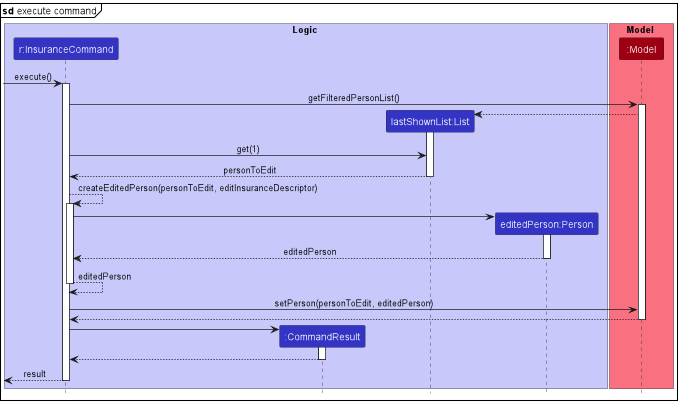
Before: docs/images/InsuranceSequenceDiagramExecute.png, a diagram exported from PlantUML (nus-cs2103-AY2223S1/tp). Its diagram source:
```plantuml
@startuml
!include style.puml
mainframe **s****d** execute command

box Logic LOGIC_COLOR_T1

participant "r:InsuranceCommand" as InsuranceCommand LOGIC_COLOR
participant ":CommandResult" as CommandResult LOGIC_COLOR
participant "lastShownList:List" as List LOGIC_COLOR
participant "editedPerson:Person" as Person LOGIC_COLOR
end box

[-> InsuranceCommand : execute()

box Model MODEL_COLOR_T1
participant ":Model" as Model MODEL_COLOR
end box


activate InsuranceCommand

InsuranceCommand -> Model : getFilteredPersonList()
activate Model

create List
Model --> List
activate List

InsuranceCommand -> List : get(1)

List --> InsuranceCommand: personToEdit
deactivate List

InsuranceCommand --> InsuranceCommand : createEditedPerson(personToEdit, editInsuranceDescriptor)
activate InsuranceCommand

create Person
InsuranceCommand -> Person
activate Person

Person --> InsuranceCommand : editedPerson
deactivate Person
InsuranceCommand --> InsuranceCommand: editedPerson
deactivate InsuranceCommand

InsuranceCommand -> Model : setPerson(personToEdit, editedPerson)

Model --> InsuranceCommand

deactivate Model

create CommandResult
InsuranceCommand -> CommandResult
activate CommandResult

CommandResult --> InsuranceCommand
deactivate CommandResult

[<--InsuranceCommand: result

deactivate InsuranceCommand

@enduml
```
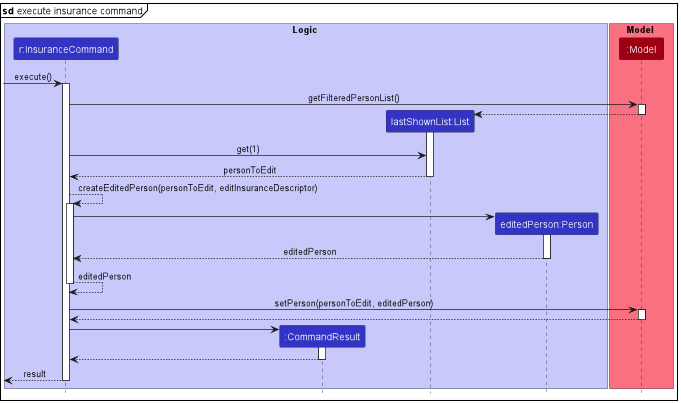
The same file after the commit.

Commit message:
minor diagram adjustments

What changed in the source:
```diff
@@ -1,6 +1,6 @@
 @startuml
 !include style.puml
-mainframe **s****d** execute command
+mainframe **s****d** execute insurance command
 
 box Logic LOGIC_COLOR_T1
 
@@ -24,6 +24,8 @@
 
 create List
 Model --> List
+deactivate Model
+
 activate List
 
 InsuranceCommand -> List : get(1)
@@ -44,6 +46,7 @@
 deactivate InsuranceCommand
 
 InsuranceCommand -> Model : setPerson(personToEdit, editedPerson)
+activate Model
 
 Model --> InsuranceCommand
 
```
